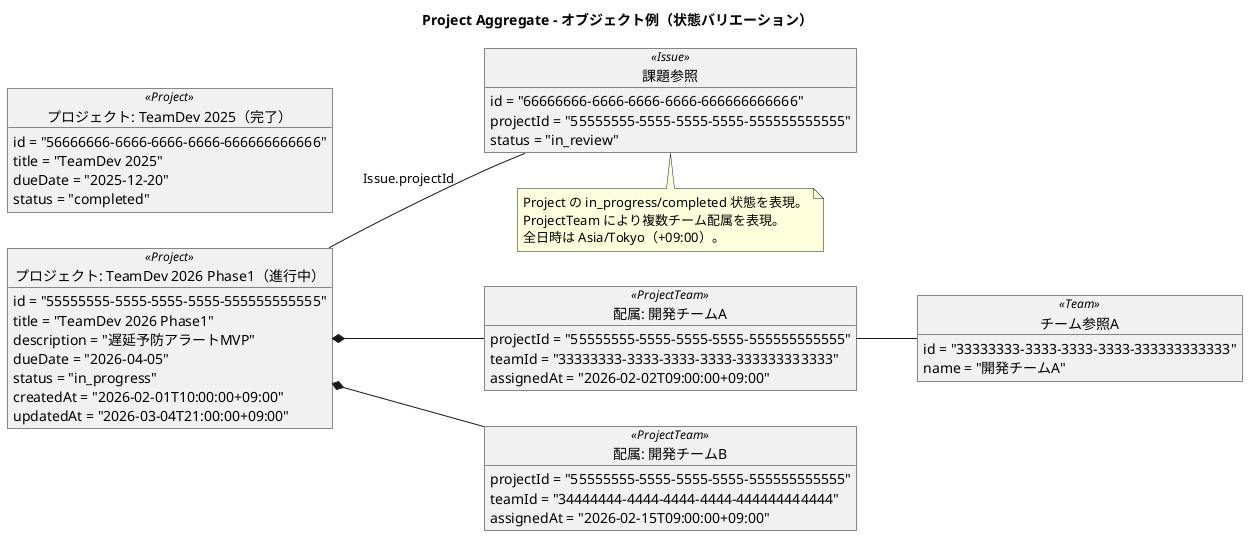
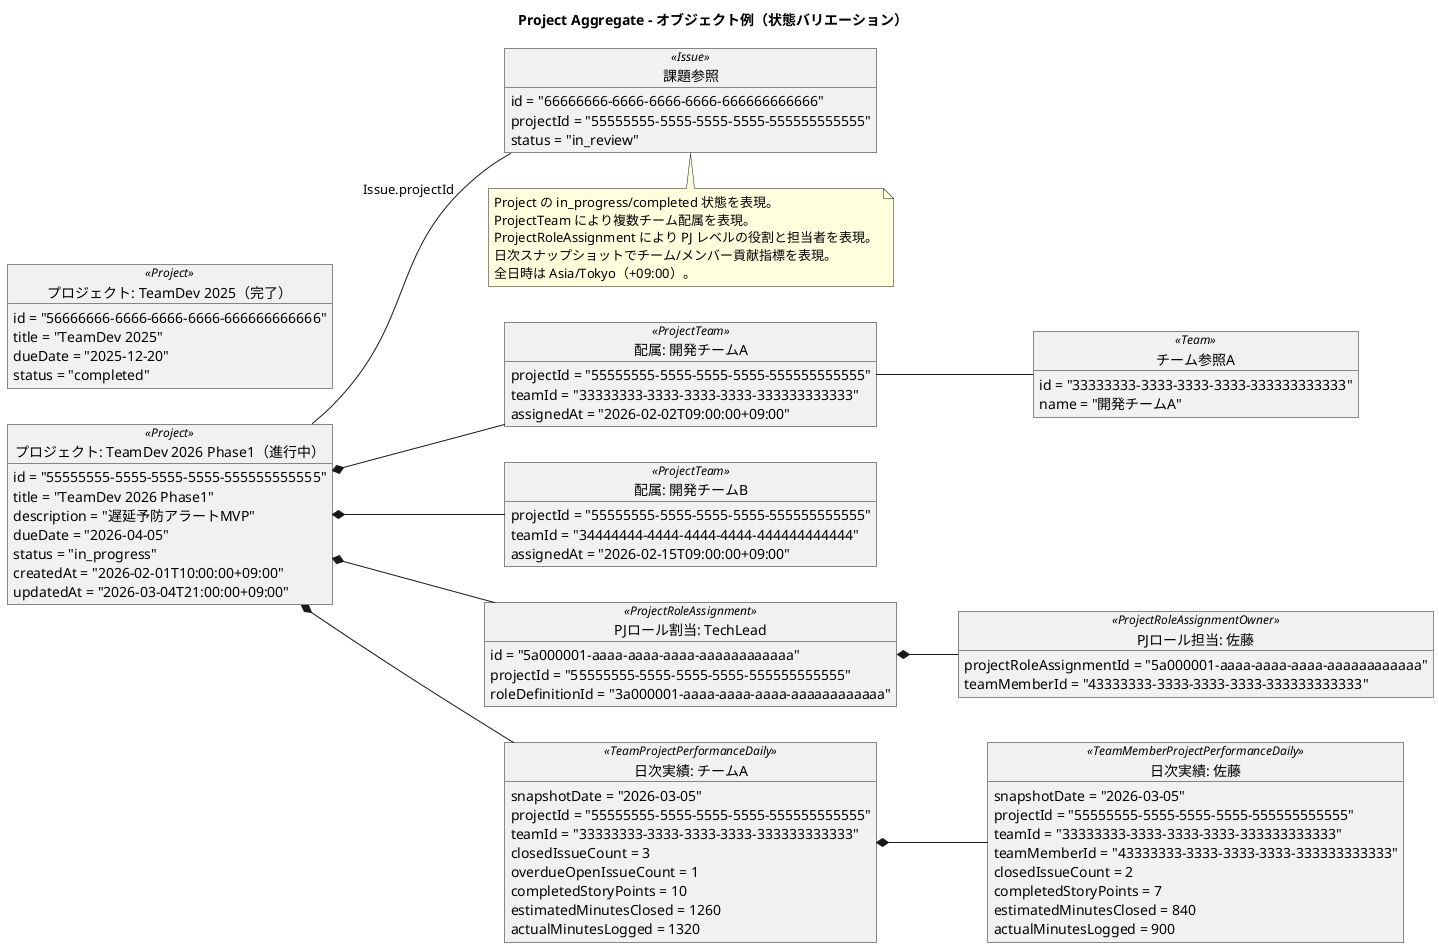
@startuml
title Project Aggregate - オブジェクト例（状態バリエーション）

left to right direction
skinparam shadowing false
skinparam objectAttributeIconSize 0

object "プロジェクト: TeamDev 2026 Phase1（進行中）" as project_in_progress <<Project>> {
  id = "55555555-5555-5555-5555-555555555555"
  title = "TeamDev 2026 Phase1"
  description = "遅延予防アラートMVP"
  dueDate = "2026-04-05"
  status = "in_progress"
  createdAt = "2026-02-01T10:00:00+09:00"
  updatedAt = "2026-03-04T21:00:00+09:00"
}

object "プロジェクト: TeamDev 2025（完了）" as project_completed <<Project>> {
  id = "56666666-6666-6666-6666-666666666666"
  title = "TeamDev 2025"
  dueDate = "2025-12-20"
  status = "completed"
}

object "配属: 開発チームA" as project_team_a <<ProjectTeam>> {
  projectId = "55555555-5555-5555-5555-555555555555"
  teamId = "33333333-3333-3333-3333-333333333333"
  assignedAt = "2026-02-02T09:00:00+09:00"
}

object "配属: 開発チームB" as project_team_b <<ProjectTeam>> {
  projectId = "55555555-5555-5555-5555-555555555555"
  teamId = "34444444-4444-4444-4444-444444444444"
  assignedAt = "2026-02-15T09:00:00+09:00"
}

+ object "PJロール割当: TechLead" as project_role_techlead <<ProjectRoleAssignment>> {
+   id = "5a000001-aaaa-aaaa-aaaa-aaaaaaaaaaaa"
+   projectId = "55555555-5555-5555-5555-555555555555"
+   roleDefinitionId = "3a000001-aaaa-aaaa-aaaa-aaaaaaaaaaaa"
+ }
+ 
+ object "PJロール担当: 佐藤" as project_role_owner_taro <<ProjectRoleAssignmentOwner>> {
+   projectRoleAssignmentId = "5a000001-aaaa-aaaa-aaaa-aaaaaaaaaaaa"
+   teamMemberId = "43333333-3333-3333-3333-333333333333"
+ }
+ 
+ object "日次実績: チームA" as perf_team_daily <<TeamProjectPerformanceDaily>> {
+   snapshotDate = "2026-03-05"
+   projectId = "55555555-5555-5555-5555-555555555555"
+   teamId = "33333333-3333-3333-3333-333333333333"
+   closedIssueCount = 3
+   overdueOpenIssueCount = 1
+   completedStoryPoints = 10
+   estimatedMinutesClosed = 1260
+   actualMinutesLogged = 1320
+ }
+ 
+ object "日次実績: 佐藤" as perf_member_daily <<TeamMemberProjectPerformanceDaily>> {
+   snapshotDate = "2026-03-05"
+   projectId = "55555555-5555-5555-5555-555555555555"
+   teamId = "33333333-3333-3333-3333-333333333333"
+   teamMemberId = "43333333-3333-3333-3333-333333333333"
+   closedIssueCount = 2
+   completedStoryPoints = 7
+   estimatedMinutesClosed = 840
+   actualMinutesLogged = 900
+ }
+ 
object "チーム参照A" as team_a <<Team>> {
  id = "33333333-3333-3333-3333-333333333333"
  name = "開発チームA"
}

object "課題参照" as issue_ref <<Issue>> {
  id = "66666666-6666-6666-6666-666666666666"
  projectId = "55555555-5555-5555-5555-555555555555"
  status = "in_review"
}

project_in_progress *-- project_team_a
project_in_progress *-- project_team_b
+ project_in_progress *-- project_role_techlead
+ project_in_progress *-- perf_team_daily
+ perf_team_daily *-- perf_member_daily
+ project_role_techlead *-- project_role_owner_taro
project_team_a -- team_a
project_in_progress -- issue_ref : Issue.projectId

note bottom
Project の in_progress/completed 状態を表現。
ProjectTeam により複数チーム配属を表現。
+ ProjectRoleAssignment により PJ レベルの役割と担当者を表現。
+ 日次スナップショットでチーム/メンバー貢献指標を表現。
全日時は Asia/Tokyo（+09:00）。
end note

@enduml